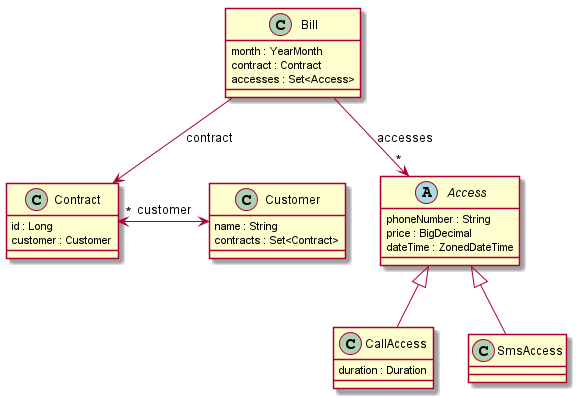
jboz/living-documentation keeps this PlantUML diagram as images/class-diagram.png. Above is the earlier version.
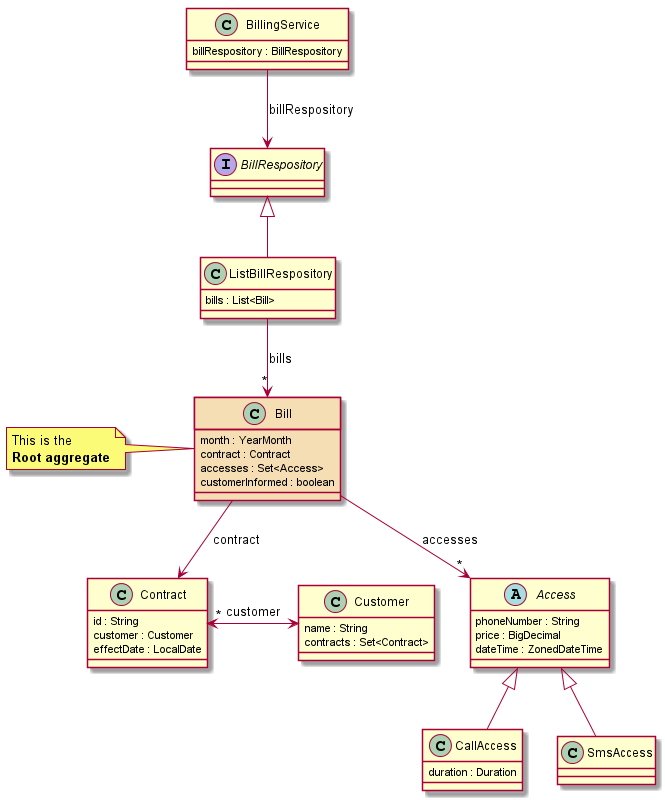
After the commit.

What changed in the source:
```diff
@@ -1,37 +1,61 @@
 @startuml
 
-abstract class Access {
+
+
+skinparam backgroundColor transparent
+
+note left of Bill
+  This is the
+  <b>Root aggregate</b>
+end note
+
+abstract class "Access" {
   phoneNumber : String
   price : BigDecimal
   dateTime : ZonedDateTime
 }
 
-class CallAccess {
+class "CallAccess" {
   duration : Duration
 }
 
-class SmsAccess
+class "SmsAccess"
 
-class Bill {
+class "Bill" #wheat {
   month : YearMonth
   contract : Contract
   accesses : Set<Access>
+  customerInformed : boolean
 }
 
-class Contract {
-  id : Long
+class "Contract" {
+  id : String
   customer : Customer
+  effectDate : LocalDate
 }
 
-class Customer {
+class "Customer" {
   name : String
   contracts : Set<Contract>
 }
 
-Access <|-- CallAccess
-Access <|-- SmsAccess
-Bill --> Contract : contract
-Bill --> "*" Access : accesses
-Contract "*" <-> Customer : customer
+interface "BillRespository"
+
+class "ListBillRespository" {
+  bills : List<Bill>
+}
+
+class "BillingService" {
+  billRespository : BillRespository
+}
+
+"Access" <|-- "CallAccess"
+"Access" <|-- "SmsAccess"
+"BillRespository" <|-- "ListBillRespository"
+"Bill" --> "Contract" : contract
+"Bill" --> "*" "Access" : accesses
+"Contract" "*" <-> "Customer" : customer
+"ListBillRespository" --> "*" "Bill" : bills
+"BillingService" --> "BillRespository" : billRespository
 
 @enduml
```
